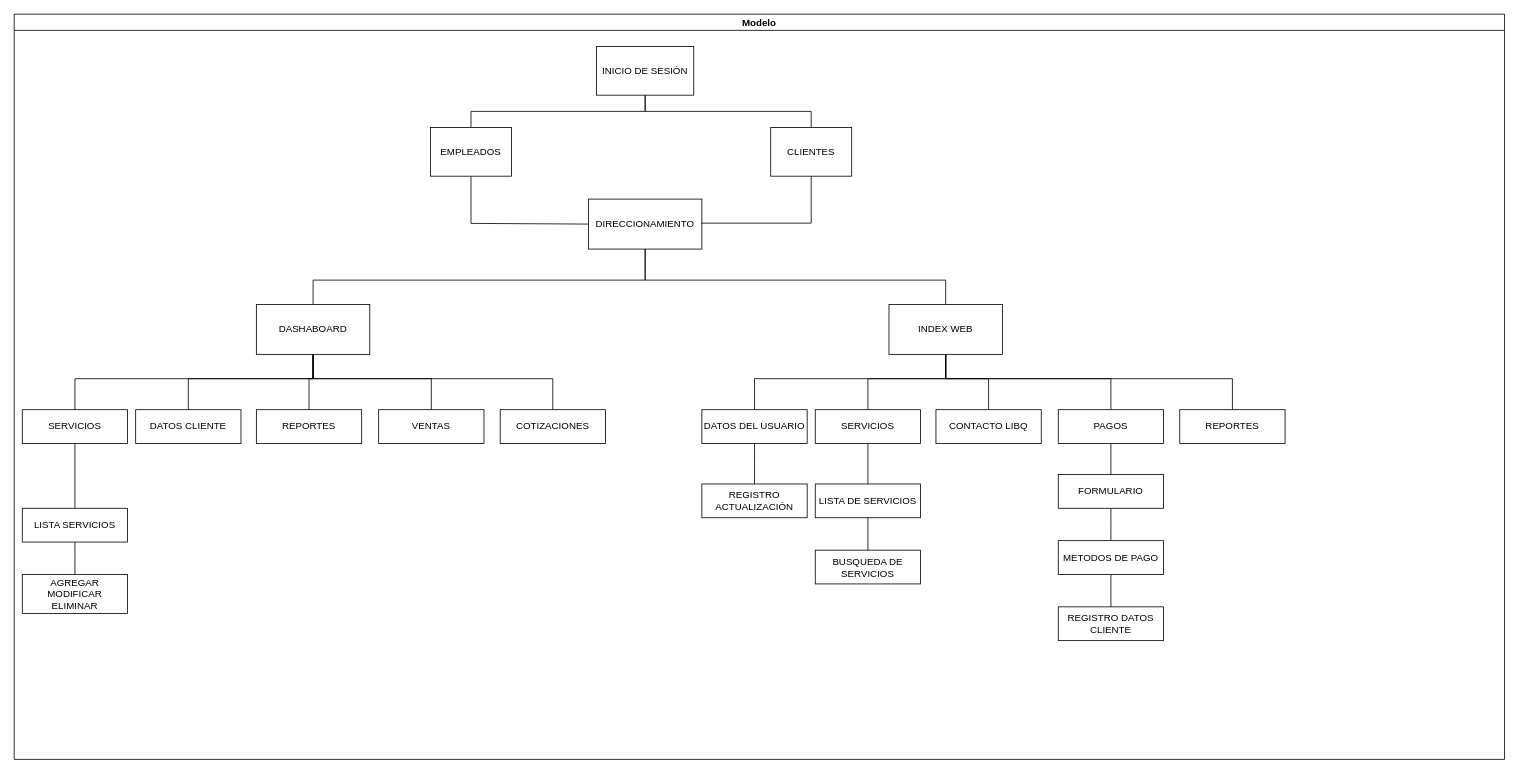
Before: page "Procesos" (3 of 3) of Diagrama sin título.drawio in RaulMtz98/ipn-libq, a draw.io diagram. Source tidied: cells renumbered, new cells numbered last; positions are measured from the earlier drawing's top-left corner, leaving out a move shared by most shapes. Both pictures are drawn from the tidied source at 81%, with x=0, y=0 at pixel (14, 14).
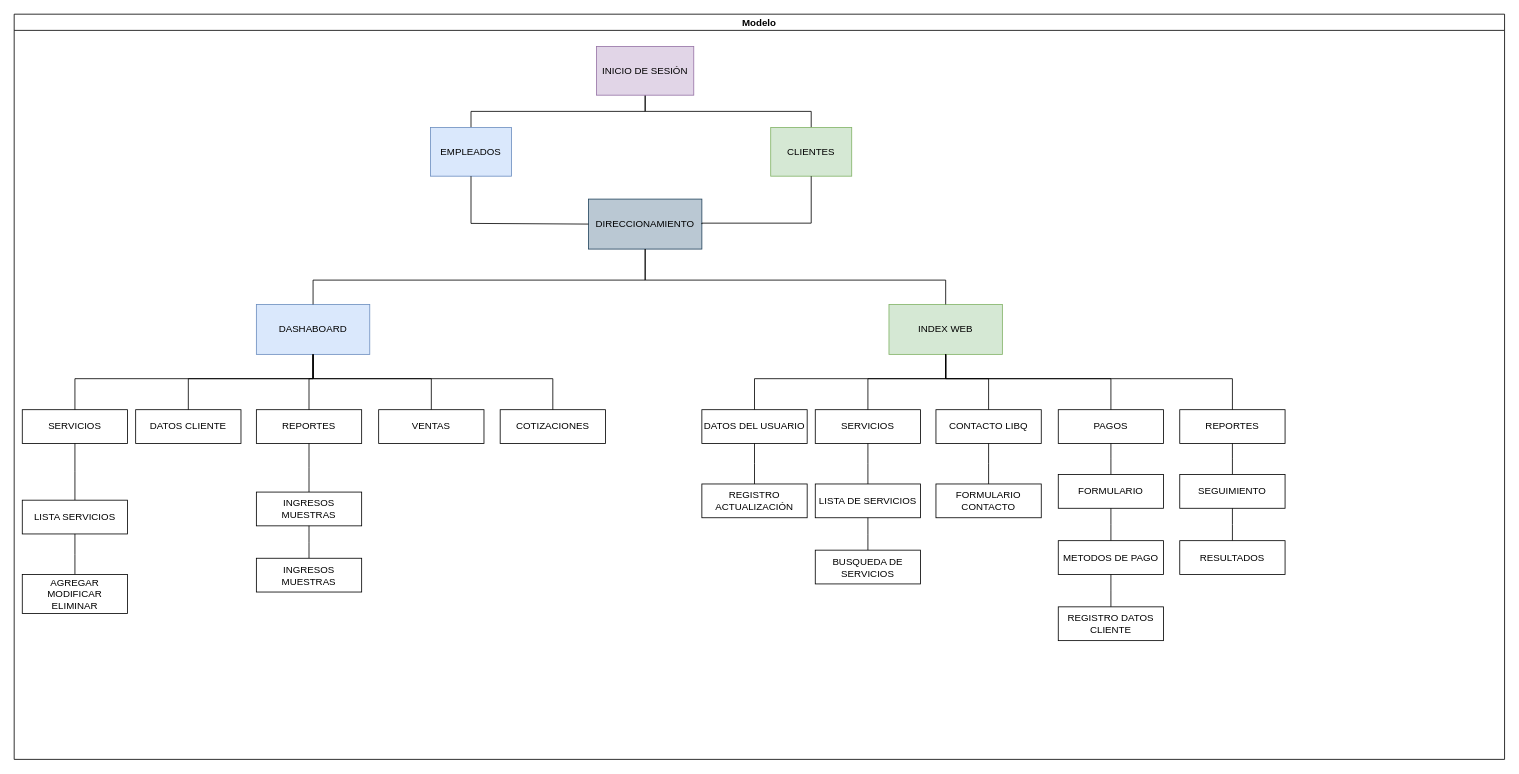
The same diagram, later.

The change refers to these unchanged cells:
```xml
<mxCell id="2" value="Modelo" style="swimlane;startSize=20;horizontal=1;containerType=tree;newEdgeStyle={&quot;edgeStyle&quot;:&quot;elbowEdgeStyle&quot;,&quot;startArrow&quot;:&quot;none&quot;,&quot;endArrow&quot;:&quot;none&quot;};" parent="1" vertex="1">
  <mxGeometry width="1840" height="920" as="geometry" />
</mxCell>
<mxCell id="17" value="REPORTES" style="whiteSpace=wrap;html=1;align=center;newEdgeStyle={&quot;edgeStyle&quot;:&quot;elbowEdgeStyle&quot;,&quot;startArrow&quot;:&quot;none&quot;,&quot;endArrow&quot;:&quot;none&quot;};" parent="2" vertex="1">
  <mxGeometry x="299" y="488.3" width="130" height="41.7" as="geometry" />
</mxCell>
<mxCell id="22" value="CONTACTO LIBQ" style="whiteSpace=wrap;html=1;align=center;newEdgeStyle={&quot;edgeStyle&quot;:&quot;elbowEdgeStyle&quot;,&quot;startArrow&quot;:&quot;none&quot;,&quot;endArrow&quot;:&quot;none&quot;};" parent="2" vertex="1">
  <mxGeometry x="1138" y="488.3" width="130" height="41.7" as="geometry" />
</mxCell>
<mxCell id="24" value="REPORTES" style="whiteSpace=wrap;html=1;align=center;newEdgeStyle={&quot;edgeStyle&quot;:&quot;elbowEdgeStyle&quot;,&quot;startArrow&quot;:&quot;none&quot;,&quot;endArrow&quot;:&quot;none&quot;};" parent="2" vertex="1">
  <mxGeometry x="1439" y="488.3" width="130" height="41.7" as="geometry" />
</mxCell>
```

What changed in the source:
```diff
@@
-    <mxCell id="5" value="INICIO DE SESIÓN" style="whiteSpace=wrap;html=1;align=center;newEdgeStyle={&quot;edgeStyle&quot;:&quot;elbowEdgeStyle&quot;,&quot;startArrow&quot;:&quot;none&quot;,&quot;endArrow&quot;:&quot;none&quot;};" parent="2" vertex="1">
+    <mxCell id="5" value="INICIO DE SESIÓN" style="whiteSpace=wrap;html=1;align=center;newEdgeStyle={&quot;edgeStyle&quot;:&quot;elbowEdgeStyle&quot;,&quot;startArrow&quot;:&quot;none&quot;,&quot;endArrow&quot;:&quot;none&quot;};fillColor=#e1d5e7;strokeColor=#9673a6;" parent="2" vertex="1">
       <mxGeometry x="719" y="40" width="120" height="60" as="geometry" />
     </mxCell>
-    <mxCell id="6" value="EMPLEADOS" style="whiteSpace=wrap;html=1;align=center;verticalAlign=middle;newEdgeStyle={&quot;edgeStyle&quot;:&quot;elbowEdgeStyle&quot;,&quot;startArrow&quot;:&quot;none&quot;,&quot;endArrow&quot;:&quot;none&quot;};" parent="2" vertex="1">
+    <mxCell id="6" value="EMPLEADOS" style="whiteSpace=wrap;html=1;align=center;verticalAlign=middle;newEdgeStyle={&quot;edgeStyle&quot;:&quot;elbowEdgeStyle&quot;,&quot;startArrow&quot;:&quot;none&quot;,&quot;endArrow&quot;:&quot;none&quot;};fillColor=#dae8fc;strokeColor=#6c8ebf;" parent="2" vertex="1">
       <mxGeometry x="514" y="140" width="100" height="60" as="geometry" />
     </mxCell>
-    <mxCell id="7" value="CLIENTES" style="whiteSpace=wrap;html=1;align=center;verticalAlign=middle;newEdgeStyle={&quot;edgeStyle&quot;:&quot;elbowEdgeStyle&quot;,&quot;startArrow&quot;:&quot;none&quot;,&quot;endArrow&quot;:&quot;none&quot;};" parent="2" vertex="1">
+    <mxCell id="7" value="CLIENTES" style="whiteSpace=wrap;html=1;align=center;verticalAlign=middle;newEdgeStyle={&quot;edgeStyle&quot;:&quot;elbowEdgeStyle&quot;,&quot;startArrow&quot;:&quot;none&quot;,&quot;endArrow&quot;:&quot;none&quot;};fillColor=#d5e8d4;strokeColor=#82b366;" parent="2" vertex="1">
       <mxGeometry x="934" y="140" width="100" height="60" as="geometry" />
     </mxCell>
-    <mxCell id="8" value="DIRECCIONAMIENTO" style="whiteSpace=wrap;html=1;align=center;newEdgeStyle={&quot;edgeStyle&quot;:&quot;elbowEdgeStyle&quot;,&quot;startArrow&quot;:&quot;none&quot;,&quot;endArrow&quot;:&quot;none&quot;};" parent="2" vertex="1">
+    <mxCell id="8" value="DIRECCIONAMIENTO" style="whiteSpace=wrap;html=1;align=center;newEdgeStyle={&quot;edgeStyle&quot;:&quot;elbowEdgeStyle&quot;,&quot;startArrow&quot;:&quot;none&quot;,&quot;endArrow&quot;:&quot;none&quot;};fillColor=#bac8d3;strokeColor=#23445d;" parent="2" vertex="1">
       <mxGeometry x="709" y="228.3" width="140" height="61.7" as="geometry" />
     </mxCell>
@@
-    <mxCell id="11" value="INDEX WEB" style="whiteSpace=wrap;html=1;align=center;newEdgeStyle={&quot;edgeStyle&quot;:&quot;elbowEdgeStyle&quot;,&quot;startArrow&quot;:&quot;none&quot;,&quot;endArrow&quot;:&quot;none&quot;};" parent="2" vertex="1">
+    <mxCell id="11" value="INDEX WEB" style="whiteSpace=wrap;html=1;align=center;newEdgeStyle={&quot;edgeStyle&quot;:&quot;elbowEdgeStyle&quot;,&quot;startArrow&quot;:&quot;none&quot;,&quot;endArrow&quot;:&quot;none&quot;};fillColor=#d5e8d4;strokeColor=#82b366;" parent="2" vertex="1">
       <mxGeometry x="1080" y="358.3" width="140" height="61.7" as="geometry" />
     </mxCell>
-    <mxCell id="12" value="DASHABOARD" style="whiteSpace=wrap;html=1;align=center;newEdgeStyle={&quot;edgeStyle&quot;:&quot;elbowEdgeStyle&quot;,&quot;startArrow&quot;:&quot;none&quot;,&quot;endArrow&quot;:&quot;none&quot;};" parent="2" vertex="1">
+    <mxCell id="12" value="DASHABOARD" style="whiteSpace=wrap;html=1;align=center;newEdgeStyle={&quot;edgeStyle&quot;:&quot;elbowEdgeStyle&quot;,&quot;startArrow&quot;:&quot;none&quot;,&quot;endArrow&quot;:&quot;none&quot;};fillColor=#dae8fc;strokeColor=#6c8ebf;" parent="2" vertex="1">
       <mxGeometry x="299" y="358.3" width="140" height="61.7" as="geometry" />
     </mxCell>
@@
     <mxCell id="34" value="LISTA SERVICIOS" style="whiteSpace=wrap;html=1;align=center;newEdgeStyle={&quot;edgeStyle&quot;:&quot;elbowEdgeStyle&quot;,&quot;startArrow&quot;:&quot;none&quot;,&quot;endArrow&quot;:&quot;none&quot;};" parent="2" vertex="1">
-      <mxGeometry x="10" y="610" width="130" height="41.7" as="geometry" />
+      <mxGeometry x="10" y="600" width="130" height="41.7" as="geometry" />
     </mxCell>
@@
+    <mxCell id="51" style="edgeStyle=elbowEdgeStyle;rounded=0;jettySize=auto;html=1;elbow=vertical;startArrow=none;endArrow=none;" parent="2" edge="1" source="22" target="52">
+      <mxGeometry relative="1" as="geometry" />
+    </mxCell>
+    <mxCell id="52" value="FORMULARIO CONTACTO" style="whiteSpace=wrap;html=1;align=center;newEdgeStyle={&quot;edgeStyle&quot;:&quot;elbowEdgeStyle&quot;,&quot;startArrow&quot;:&quot;none&quot;,&quot;endArrow&quot;:&quot;none&quot;};" parent="2" vertex="1">
+      <mxGeometry x="1138" y="580" width="130" height="41.7" as="geometry" />
+    </mxCell>
+    <mxCell id="53" style="edgeStyle=elbowEdgeStyle;rounded=0;jettySize=auto;html=1;elbow=vertical;startArrow=none;endArrow=none;" parent="2" edge="1" source="24" target="54">
+      <mxGeometry relative="1" as="geometry" />
+    </mxCell>
+    <mxCell id="54" value="SEGUIMIENTO" style="whiteSpace=wrap;html=1;align=center;newEdgeStyle={&quot;edgeStyle&quot;:&quot;elbowEdgeStyle&quot;,&quot;startArrow&quot;:&quot;none&quot;,&quot;endArrow&quot;:&quot;none&quot;};" parent="2" vertex="1">
+      <mxGeometry x="1439" y="568.3" width="130" height="41.7" as="geometry" />
+    </mxCell>
+    <mxCell id="55" style="edgeStyle=elbowEdgeStyle;rounded=0;jettySize=auto;html=1;elbow=vertical;startArrow=none;endArrow=none;" parent="2" edge="1" source="54" target="56">
+      <mxGeometry relative="1" as="geometry" />
+    </mxCell>
+    <mxCell id="56" value="RESULTADOS" style="whiteSpace=wrap;html=1;align=center;newEdgeStyle={&quot;edgeStyle&quot;:&quot;elbowEdgeStyle&quot;,&quot;startArrow&quot;:&quot;none&quot;,&quot;endArrow&quot;:&quot;none&quot;};" parent="2" vertex="1">
+      <mxGeometry x="1439" y="650" width="130" height="41.7" as="geometry" />
+    </mxCell>
+    <mxCell id="57" style="edgeStyle=elbowEdgeStyle;rounded=0;jettySize=auto;html=1;elbow=vertical;startArrow=none;endArrow=none;" parent="2" edge="1" source="17" target="58">
+      <mxGeometry relative="1" as="geometry" />
+    </mxCell>
+    <mxCell id="58" value="INGRESOS MUESTRAS" style="whiteSpace=wrap;html=1;align=center;newEdgeStyle={&quot;edgeStyle&quot;:&quot;elbowEdgeStyle&quot;,&quot;startArrow&quot;:&quot;none&quot;,&quot;endArrow&quot;:&quot;none&quot;};" parent="2" vertex="1">
+      <mxGeometry x="299" y="590" width="130" height="41.7" as="geometry" />
+    </mxCell>
+    <mxCell id="59" style="edgeStyle=elbowEdgeStyle;rounded=0;jettySize=auto;html=1;elbow=vertical;startArrow=none;endArrow=none;" parent="2" edge="1" source="58" target="60">
+      <mxGeometry relative="1" as="geometry" />
+    </mxCell>
+    <mxCell id="60" value="INGRESOS MUESTRAS" style="whiteSpace=wrap;html=1;align=center;newEdgeStyle={&quot;edgeStyle&quot;:&quot;elbowEdgeStyle&quot;,&quot;startArrow&quot;:&quot;none&quot;,&quot;endArrow&quot;:&quot;none&quot;};" parent="2" vertex="1">
+      <mxGeometry x="299" y="671.7" width="130" height="41.7" as="geometry" />
+    </mxCell>
```
